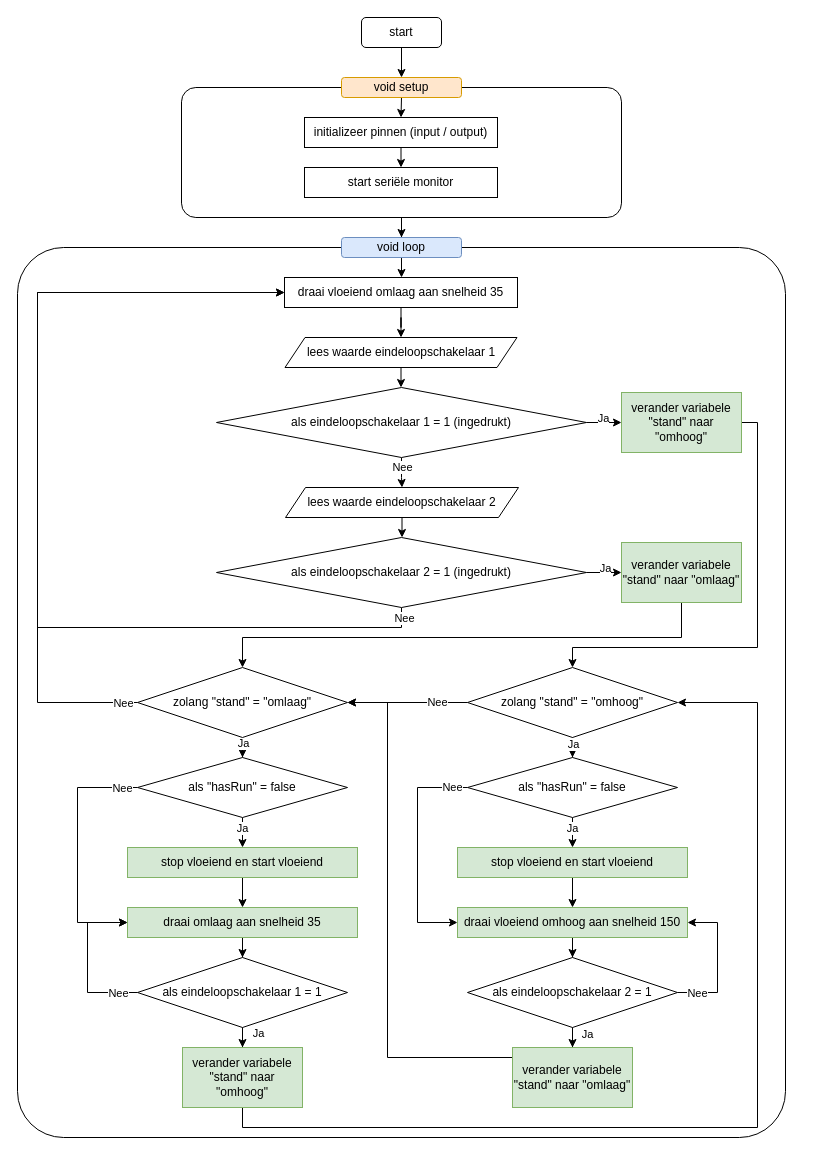
crearth/c keeps this draw.io diagram as flow.drawio. Above is the earlier version. Source tidied: cells renumbered, new cells numbered last; positions are measured from the earlier drawing's top-left corner, leaving out a move shared by most shapes. Both pictures are drawn from the tidied source at 100%, with x=0, y=0 at pixel (17, 17).
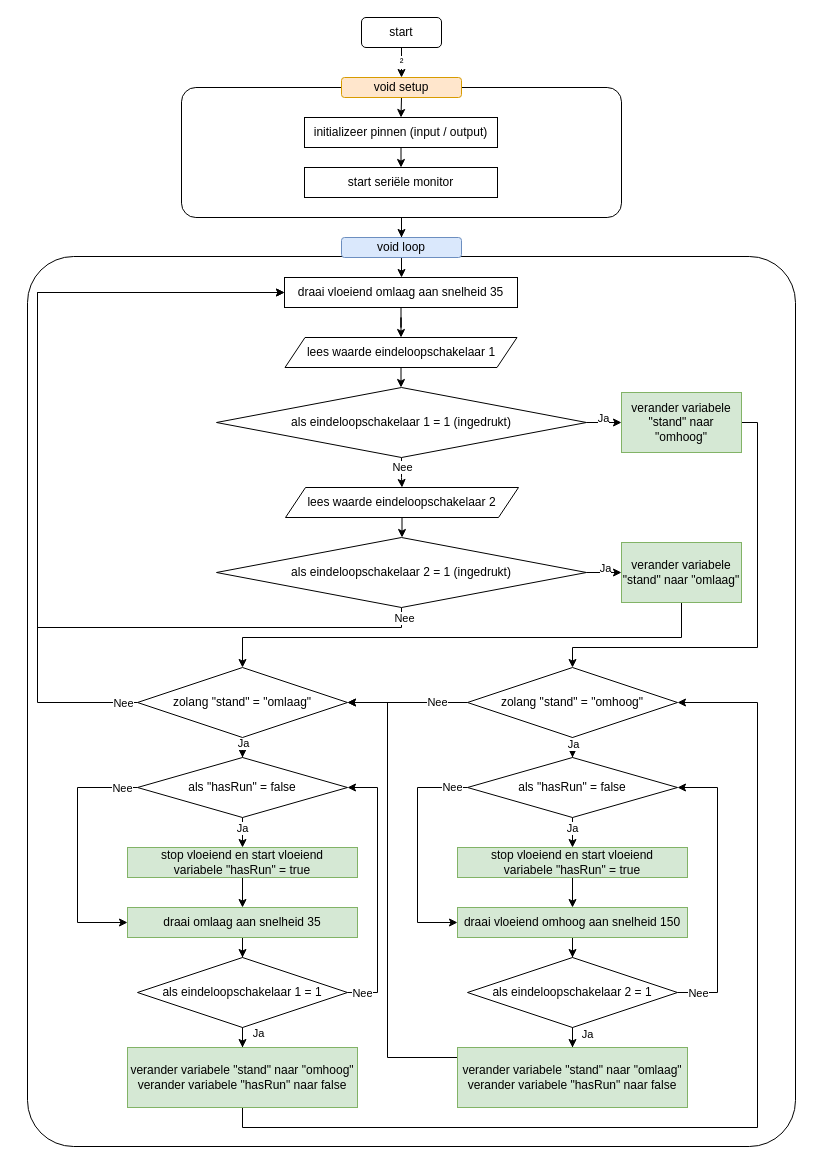
The same diagram, later.

The change refers to these unchanged cells:
```xml
<mxCell id="3" value="start" style="rounded=1;whiteSpace=wrap;html=1;fontSize=12;glass=0;strokeWidth=1;shadow=0;" parent="1" vertex="1">
  <mxGeometry x="344" width="80" height="30" as="geometry" />
</mxCell>
<mxCell id="7" value="void setup" style="rounded=1;whiteSpace=wrap;html=1;fillColor=#ffe6cc;strokeColor=#d79b00;" parent="1" vertex="1">
  <mxGeometry x="324" y="60" width="120" height="20" as="geometry" />
</mxCell>
<mxCell id="40" value="draai omlaag aan snelheid 35" style="rounded=0;whiteSpace=wrap;html=1;fillColor=#d5e8d4;strokeColor=#82b366;" parent="1" vertex="1">
  <mxGeometry x="110" y="890" width="230" height="30" as="geometry" />
</mxCell>
<mxCell id="46" value="draai vloeiend omhoog aan snelheid 150" style="rounded=0;whiteSpace=wrap;html=1;fillColor=#d5e8d4;strokeColor=#82b366;" parent="1" vertex="1">
  <mxGeometry x="440" y="890" width="230" height="30" as="geometry" />
</mxCell>
<mxCell id="51" value="als eindeloopschakelaar 1 = 1" style="rhombus;whiteSpace=wrap;html=1;rounded=0;" parent="1" vertex="1">
  <mxGeometry x="120" y="940" width="210" height="70" as="geometry" />
</mxCell>
<mxCell id="56" value="als eindeloopschakelaar 2 = 1" style="rhombus;whiteSpace=wrap;html=1;rounded=0;" parent="1" vertex="1">
  <mxGeometry x="450" y="940" width="210" height="70" as="geometry" />
</mxCell>
<mxCell id="65" value="als &quot;hasRun&quot; = false" style="rhombus;whiteSpace=wrap;html=1;rounded=0;" parent="1" vertex="1">
  <mxGeometry x="120" y="740" width="210" height="60" as="geometry" />
</mxCell>
<mxCell id="72" value="als &quot;hasRun&quot; = false" style="rhombus;whiteSpace=wrap;html=1;rounded=0;" parent="1" vertex="1">
  <mxGeometry x="450" y="740" width="210" height="60" as="geometry" />
</mxCell>
```

Change to the diagram source:
```diff
@@
-    <mxCell id="2" style="edgeStyle=orthogonalEdgeStyle;rounded=0;jettySize=auto;html=1;exitX=0.5;exitY=1;exitDx=0;exitDy=0;entryX=0.5;entryY=0;entryDx=0;entryDy=0;" parent="1" edge="1" source="3" target="7">
+    <mxCell id="2" value="²" style="edgeStyle=orthogonalEdgeStyle;rounded=0;jettySize=auto;html=1;exitX=0.5;exitY=1;exitDx=0;exitDy=0;entryX=0.5;entryY=0;entryDx=0;entryDy=0;" parent="1" edge="1" source="3" target="7">
       <mxGeometry relative="1" as="geometry" />
     </mxCell>
@@
     <mxCell id="11" style="rounded=1;whiteSpace=wrap;html=1;arcSize=6;" parent="1" vertex="1">
-      <mxGeometry y="230" width="768" height="890" as="geometry" />
+      <mxGeometry x="10" y="239" width="768" height="890" as="geometry" />
     </mxCell>
@@
-    <mxCell id="49" style="edgeStyle=orthogonalEdgeStyle;rounded=0;jettySize=auto;html=1;" parent="1" edge="1" source="51" target="40">
-      <mxGeometry relative="1" as="geometry">
-        <Array as="points">
-          <mxPoint x="70" y="975" />
-          <mxPoint x="70" y="905" />
-        </Array>
-      </mxGeometry>
-    </mxCell>
-    <mxCell id="50" value="Nee" style="edgeLabel;html=1;align=center;verticalAlign=middle;" parent="49" vertex="1">
-      <mxGeometry x="-0.82" y="-1" relative="1" as="geometry">
-        <mxPoint x="-5.7" y="1" as="offset" />
-      </mxGeometry>
-    </mxCell>
+    <mxCell id="75" style="edgeStyle=orthogonalEdgeStyle;rounded=0;jettySize=auto;html=1;" parent="1" edge="1" source="51" target="65">
+      <mxGeometry relative="1" as="geometry">
+        <Array as="points">
+          <mxPoint x="360" y="975" />
+          <mxPoint x="360" y="770" />
+        </Array>
+      </mxGeometry>
+    </mxCell>
+    <mxCell id="76" value="Nee" style="edgeLabel;html=1;align=center;verticalAlign=middle;" parent="75" vertex="1">
+      <mxGeometry x="-0.94" y="1" relative="1" as="geometry">
+        <mxPoint x="6" y="1" as="offset" />
+      </mxGeometry>
+    </mxCell>
@@
-    <mxCell id="54" style="edgeStyle=orthogonalEdgeStyle;rounded=0;jettySize=auto;html=1;" parent="1" edge="1" source="56" target="46">
-      <mxGeometry relative="1" as="geometry">
-        <Array as="points">
-          <mxPoint x="700" y="975" />
-          <mxPoint x="700" y="905" />
-        </Array>
-      </mxGeometry>
-    </mxCell>
-    <mxCell id="55" value="Nee" style="edgeLabel;html=1;align=center;verticalAlign=middle;" parent="54" vertex="1">
-      <mxGeometry x="-0.58" relative="1" as="geometry">
-        <mxPoint x="-9.2" as="offset" />
-      </mxGeometry>
-    </mxCell>
+    <mxCell id="77" style="edgeStyle=orthogonalEdgeStyle;rounded=0;jettySize=auto;html=1;entryX=1;entryY=0.5;entryDx=0;entryDy=0;" parent="1" edge="1" source="56" target="72">
+      <mxGeometry relative="1" as="geometry">
+        <Array as="points">
+          <mxPoint x="700" y="975" />
+          <mxPoint x="700" y="770" />
+        </Array>
+      </mxGeometry>
+    </mxCell>
+    <mxCell id="78" value="Nee" style="edgeLabel;html=1;align=center;verticalAlign=middle;" parent="77" vertex="1">
+      <mxGeometry x="-0.8" relative="1" as="geometry">
+        <mxPoint x="-8" as="offset" />
+      </mxGeometry>
+    </mxCell>
@@
-    <mxCell id="58" value="verander variabele &quot;stand&quot; naar &quot;omhoog&quot;" style="rounded=0;whiteSpace=wrap;html=1;fillColor=#d5e8d4;strokeColor=#82b366;" parent="1" vertex="1">
-      <mxGeometry x="165" y="1030" width="120" height="60" as="geometry" />
+    <mxCell id="58" value="&lt;div&gt;verander variabele &quot;stand&quot; naar &quot;omhoog&quot;&lt;/div&gt;verander variabele &quot;hasRun&quot; naar false" style="rounded=0;whiteSpace=wrap;html=1;fillColor=#d5e8d4;strokeColor=#82b366;" parent="1" vertex="1">
+      <mxGeometry x="110" y="1030" width="230" height="60" as="geometry" />
     </mxCell>
@@
-    <mxCell id="60" value="verander variabele &quot;stand&quot; naar &quot;omlaag&quot;" style="rounded=0;whiteSpace=wrap;html=1;fillColor=#d5e8d4;strokeColor=#82b366;" parent="1" vertex="1">
-      <mxGeometry x="495" y="1030" width="120" height="60" as="geometry" />
+    <mxCell id="60" value="&lt;div&gt;verander variabele &quot;stand&quot; naar &quot;omlaag&quot;&lt;/div&gt;&lt;div&gt;verander variabele &quot;hasRun&quot; naar false&lt;br&gt;&lt;/div&gt;" style="rounded=0;whiteSpace=wrap;html=1;fillColor=#d5e8d4;strokeColor=#82b366;" parent="1" vertex="1">
+      <mxGeometry x="440" y="1030" width="230" height="60" as="geometry" />
     </mxCell>
@@
-    <mxCell id="67" value="stop vloeiend en start vloeiend" style="rounded=0;whiteSpace=wrap;html=1;fillColor=#d5e8d4;strokeColor=#82b366;" parent="1" vertex="1">
+    <mxCell id="67" value="&lt;div&gt;stop vloeiend en start vloeiend&lt;/div&gt;variabele &quot;hasRun&quot; = true" style="rounded=0;whiteSpace=wrap;html=1;fillColor=#d5e8d4;strokeColor=#82b366;" parent="1" vertex="1">
       <mxGeometry x="110" y="830" width="230" height="30" as="geometry" />
     </mxCell>
@@
-    <mxCell id="74" value="stop vloeiend en start vloeiend" style="rounded=0;whiteSpace=wrap;html=1;fillColor=#d5e8d4;strokeColor=#82b366;" parent="1" vertex="1">
+    <mxCell id="74" value="&lt;div&gt;stop vloeiend en start vloeiend&lt;/div&gt;&lt;div&gt;variabele &quot;hasRun&quot; = true&lt;br&gt;&lt;/div&gt;" style="rounded=0;whiteSpace=wrap;html=1;fillColor=#d5e8d4;strokeColor=#82b366;" parent="1" vertex="1">
       <mxGeometry x="440" y="830" width="230" height="30" as="geometry" />
     </mxCell>
```
